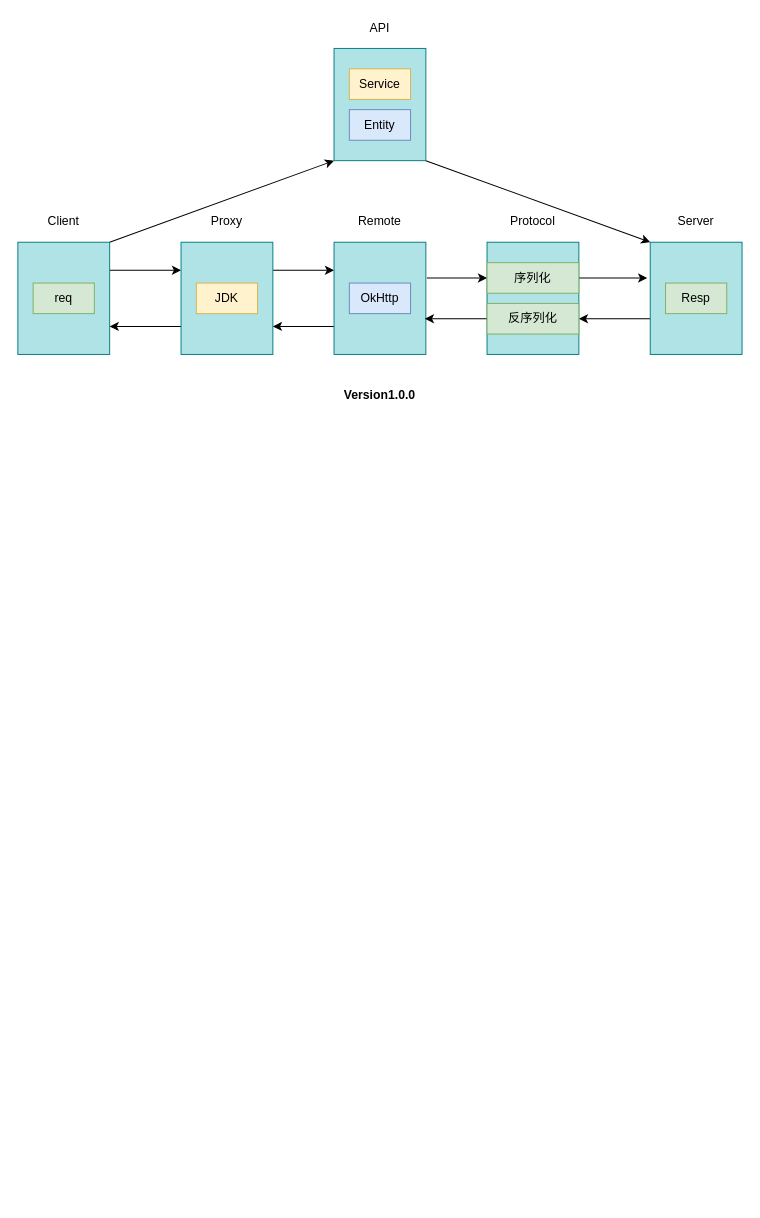
Above: jihe/rpc/oli-rpc.drawio in oliverschen/draw.io (draw.io), before the change. Source tidied: cells renumbered, new cells numbered last; positions are measured from the earlier drawing's top-left corner, leaving out a move shared by most shapes. Both pictures are drawn from the tidied source at 102%, with x=0, y=0 at pixel (17, 17).
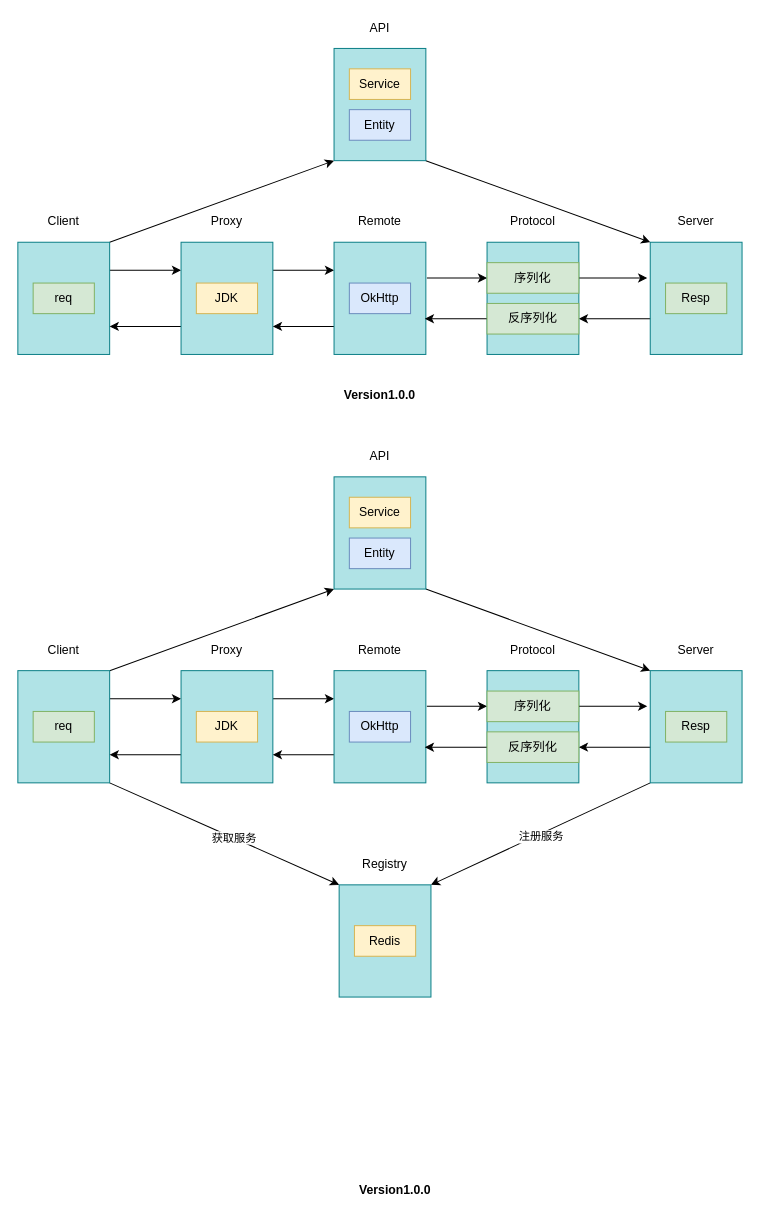
After the change.

Commit message:
redis registry

Change to the diagram source:
```diff
@@
+    <mxCell id="33" style="rounded=0;whiteSpace=wrap;html=1;fillColor=#b0e3e6;strokeColor=#0e8088;" parent="1" vertex="1">
+      <mxGeometry x="460" y="640" width="90" height="110" as="geometry" />
+    </mxCell>
+    <mxCell id="34" style="edgeStyle=orthogonalEdgeStyle;rounded=0;jettySize=auto;html=1;exitX=1;exitY=0.25;exitDx=0;exitDy=0;entryX=0;entryY=0.25;entryDx=0;entryDy=0;" parent="1" edge="1" source="38" target="43">
+      <mxGeometry relative="1" as="geometry" />
+    </mxCell>
+    <mxCell id="35" style="rounded=0;jettySize=auto;html=1;exitX=1;exitY=0;exitDx=0;exitDy=0;entryX=0;entryY=1;entryDx=0;entryDy=0;" parent="1" edge="1" source="38" target="64">
+      <mxGeometry relative="1" as="geometry" />
+    </mxCell>
+    <mxCell id="36" style="edgeStyle=none;rounded=0;jettySize=auto;html=1;exitX=1;exitY=1;exitDx=0;exitDy=0;entryX=0;entryY=0;entryDx=0;entryDy=0;" parent="1" edge="1" source="38" target="68">
+      <mxGeometry relative="1" as="geometry" />
+    </mxCell>
+    <mxCell id="37" value="获取服务" style="edgeLabel;html=1;align=center;verticalAlign=middle;" parent="36" vertex="1">
+      <mxGeometry x="0.08" y="1" relative="1" as="geometry" />
+    </mxCell>
+    <mxCell id="38" style="rounded=0;whiteSpace=wrap;html=1;fillColor=#b0e3e6;strokeColor=#0e8088;" parent="1" vertex="1">
+      <mxGeometry y="640" width="90" height="110" as="geometry" />
+    </mxCell>
+    <mxCell id="39" value="req" style="rounded=0;whiteSpace=wrap;html=1;fillColor=#d5e8d4;strokeColor=#82b366;" parent="1" vertex="1">
+      <mxGeometry x="15" y="680" width="60" height="30" as="geometry" />
+    </mxCell>
+    <mxCell id="40" value="Client" style="text;html=1;strokeColor=none;fillColor=none;align=center;verticalAlign=middle;whiteSpace=wrap;rounded=0;" parent="1" vertex="1">
+      <mxGeometry x="25" y="610" width="40" height="20" as="geometry" />
+    </mxCell>
+    <mxCell id="41" style="edgeStyle=orthogonalEdgeStyle;rounded=0;jettySize=auto;html=1;exitX=1;exitY=0.25;exitDx=0;exitDy=0;entryX=0;entryY=0.25;entryDx=0;entryDy=0;" parent="1" edge="1" source="43" target="48">
+      <mxGeometry relative="1" as="geometry" />
+    </mxCell>
+    <mxCell id="42" style="edgeStyle=orthogonalEdgeStyle;rounded=0;jettySize=auto;html=1;exitX=0;exitY=0.75;exitDx=0;exitDy=0;entryX=1;entryY=0.75;entryDx=0;entryDy=0;" parent="1" edge="1" source="43" target="38">
+      <mxGeometry relative="1" as="geometry" />
+    </mxCell>
+    <mxCell id="43" style="rounded=0;whiteSpace=wrap;html=1;fillColor=#b0e3e6;strokeColor=#0e8088;" parent="1" vertex="1">
+      <mxGeometry x="160" y="640" width="90" height="110" as="geometry" />
+    </mxCell>
+    <mxCell id="44" value="Proxy" style="text;html=1;strokeColor=none;fillColor=none;align=center;verticalAlign=middle;whiteSpace=wrap;rounded=0;" parent="1" vertex="1">
+      <mxGeometry x="185" y="610" width="40" height="20" as="geometry" />
+    </mxCell>
+    <mxCell id="45" value="JDK" style="rounded=0;whiteSpace=wrap;html=1;fillColor=#fff2cc;strokeColor=#d6b656;" parent="1" vertex="1">
+      <mxGeometry x="175" y="680" width="60" height="30" as="geometry" />
+    </mxCell>
+    <mxCell id="46" style="edgeStyle=orthogonalEdgeStyle;rounded=0;jettySize=auto;html=1;exitX=0;exitY=0.75;exitDx=0;exitDy=0;entryX=1;entryY=0.75;entryDx=0;entryDy=0;" parent="1" edge="1" source="48" target="43">
+      <mxGeometry relative="1" as="geometry" />
+    </mxCell>
+    <mxCell id="47" style="edgeStyle=orthogonalEdgeStyle;rounded=0;jettySize=auto;html=1;exitX=1.011;exitY=0.318;exitDx=0;exitDy=0;entryX=0;entryY=0.5;entryDx=0;entryDy=0;exitPerimeter=0;" parent="1" edge="1" source="48" target="58">
+      <mxGeometry relative="1" as="geometry" />
+    </mxCell>
+    <mxCell id="48" style="rounded=0;whiteSpace=wrap;html=1;fillColor=#b0e3e6;strokeColor=#0e8088;" parent="1" vertex="1">
+      <mxGeometry x="310" y="640" width="90" height="110" as="geometry" />
+    </mxCell>
+    <mxCell id="49" value="Remote" style="text;html=1;strokeColor=none;fillColor=none;align=center;verticalAlign=middle;whiteSpace=wrap;rounded=0;" parent="1" vertex="1">
+      <mxGeometry x="335" y="610" width="40" height="20" as="geometry" />
+    </mxCell>
+    <mxCell id="50" value="OkHttp" style="rounded=0;whiteSpace=wrap;html=1;fillColor=#dae8fc;strokeColor=#6c8ebf;" parent="1" vertex="1">
+      <mxGeometry x="325" y="680" width="60" height="30" as="geometry" />
+    </mxCell>
+    <mxCell id="51" style="edgeStyle=orthogonalEdgeStyle;rounded=0;jettySize=auto;html=1;exitX=0.011;exitY=0.682;exitDx=0;exitDy=0;entryX=1;entryY=0.5;entryDx=0;entryDy=0;exitPerimeter=0;" parent="1" edge="1" source="54" target="60">
+      <mxGeometry relative="1" as="geometry" />
+    </mxCell>
+    <mxCell id="52" style="edgeStyle=none;rounded=0;jettySize=auto;html=1;exitX=0;exitY=1;exitDx=0;exitDy=0;entryX=1;entryY=0;entryDx=0;entryDy=0;" parent="1" edge="1" source="54" target="68">
+      <mxGeometry relative="1" as="geometry" />
+    </mxCell>
+    <mxCell id="53" value="注册服务" style="edgeLabel;html=1;align=center;verticalAlign=middle;" parent="52" vertex="1">
+      <mxGeometry x="0.01" y="2" relative="1" as="geometry" />
+    </mxCell>
+    <mxCell id="54" style="rounded=0;whiteSpace=wrap;html=1;fillColor=#b0e3e6;strokeColor=#0e8088;" parent="1" vertex="1">
+      <mxGeometry x="620" y="640" width="90" height="110" as="geometry" />
+    </mxCell>
+    <mxCell id="55" value="Server" style="text;html=1;strokeColor=none;fillColor=none;align=center;verticalAlign=middle;whiteSpace=wrap;rounded=0;" parent="1" vertex="1">
+      <mxGeometry x="645" y="610" width="40" height="20" as="geometry" />
+    </mxCell>
+    <mxCell id="56" value="Resp" style="rounded=0;whiteSpace=wrap;html=1;fillColor=#d5e8d4;strokeColor=#82b366;" parent="1" vertex="1">
+      <mxGeometry x="635" y="680" width="60" height="30" as="geometry" />
+    </mxCell>
+    <mxCell id="57" style="edgeStyle=orthogonalEdgeStyle;rounded=0;jettySize=auto;html=1;exitX=1;exitY=0.5;exitDx=0;exitDy=0;entryX=-0.033;entryY=0.318;entryDx=0;entryDy=0;entryPerimeter=0;" parent="1" edge="1" source="58" target="54">
+      <mxGeometry relative="1" as="geometry" />
+    </mxCell>
+    <mxCell id="58" value="序列化" style="rounded=0;whiteSpace=wrap;html=1;fillColor=#d5e8d4;strokeColor=#82b366;" parent="1" vertex="1">
+      <mxGeometry x="460" y="660" width="90" height="30" as="geometry" />
+    </mxCell>
+    <mxCell id="59" style="edgeStyle=orthogonalEdgeStyle;rounded=0;jettySize=auto;html=1;exitX=0;exitY=0.5;exitDx=0;exitDy=0;entryX=0.989;entryY=0.682;entryDx=0;entryDy=0;entryPerimeter=0;" parent="1" edge="1" source="60" target="48">
+      <mxGeometry relative="1" as="geometry" />
+    </mxCell>
+    <mxCell id="60" value="反序列化" style="rounded=0;whiteSpace=wrap;html=1;fillColor=#d5e8d4;strokeColor=#82b366;" parent="1" vertex="1">
+      <mxGeometry x="460" y="700" width="90" height="30" as="geometry" />
+    </mxCell>
+    <mxCell id="61" value="Protocol" style="text;html=1;strokeColor=none;fillColor=none;align=center;verticalAlign=middle;whiteSpace=wrap;rounded=0;" parent="1" vertex="1">
+      <mxGeometry x="485" y="610" width="40" height="20" as="geometry" />
+    </mxCell>
+    <mxCell id="62" value="&lt;b&gt;Version1.0.0&lt;/b&gt;" style="text;html=1;strokeColor=none;fillColor=none;align=center;verticalAlign=middle;whiteSpace=wrap;rounded=0;" parent="1" vertex="1">
+      <mxGeometry x="335" y="1140" width="70" height="20" as="geometry" />
+    </mxCell>
+    <mxCell id="63" style="edgeStyle=none;rounded=0;jettySize=auto;html=1;exitX=1;exitY=1;exitDx=0;exitDy=0;entryX=0;entryY=0;entryDx=0;entryDy=0;" parent="1" edge="1" source="64" target="54">
+      <mxGeometry relative="1" as="geometry" />
+    </mxCell>
+    <mxCell id="64" style="rounded=0;whiteSpace=wrap;html=1;fillColor=#b0e3e6;strokeColor=#0e8088;" parent="1" vertex="1">
+      <mxGeometry x="310" y="450" width="90" height="110" as="geometry" />
+    </mxCell>
+    <mxCell id="65" value="API" style="text;html=1;strokeColor=none;fillColor=none;align=center;verticalAlign=middle;whiteSpace=wrap;rounded=0;" parent="1" vertex="1">
+      <mxGeometry x="335" y="420" width="40" height="20" as="geometry" />
+    </mxCell>
+    <mxCell id="66" value="Service" style="rounded=0;whiteSpace=wrap;html=1;fillColor=#fff2cc;strokeColor=#d6b656;" parent="1" vertex="1">
+      <mxGeometry x="325" y="470" width="60" height="30" as="geometry" />
+    </mxCell>
+    <mxCell id="67" value="Entity" style="rounded=0;whiteSpace=wrap;html=1;fillColor=#dae8fc;strokeColor=#6c8ebf;" parent="1" vertex="1">
+      <mxGeometry x="325" y="510" width="60" height="30" as="geometry" />
+    </mxCell>
+    <mxCell id="68" style="rounded=0;whiteSpace=wrap;html=1;fillColor=#b0e3e6;strokeColor=#0e8088;" parent="1" vertex="1">
+      <mxGeometry x="315" y="850" width="90" height="110" as="geometry" />
+    </mxCell>
+    <mxCell id="69" value="Redis" style="rounded=0;whiteSpace=wrap;html=1;fillColor=#fff2cc;strokeColor=#d6b656;" parent="1" vertex="1">
+      <mxGeometry x="330" y="890" width="60" height="30" as="geometry" />
+    </mxCell>
+    <mxCell id="70" value="Registry" style="text;html=1;strokeColor=none;fillColor=none;align=center;verticalAlign=middle;whiteSpace=wrap;rounded=0;" parent="1" vertex="1">
+      <mxGeometry x="340" y="820" width="40" height="20" as="geometry" />
+    </mxCell>
```
